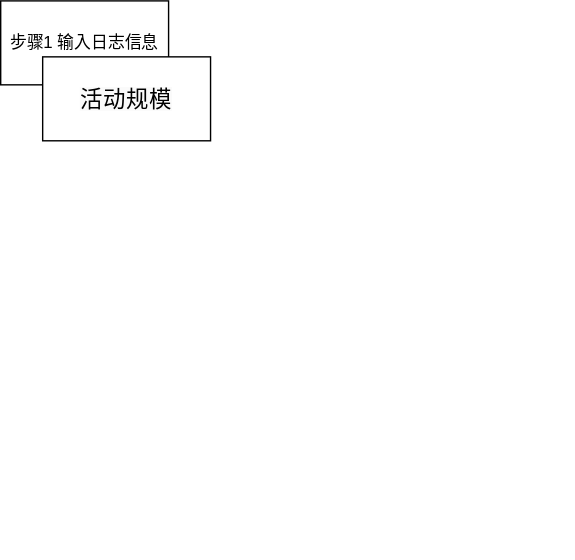
Above: 赵晴1.drawio.svg in Ech0zr/liuchengtu (draw.io), before the change. Source tidied: cells renumbered, new cells last; positions are measured from the earlier drawing's top-left corner, leaving out a move shared by most shapes.
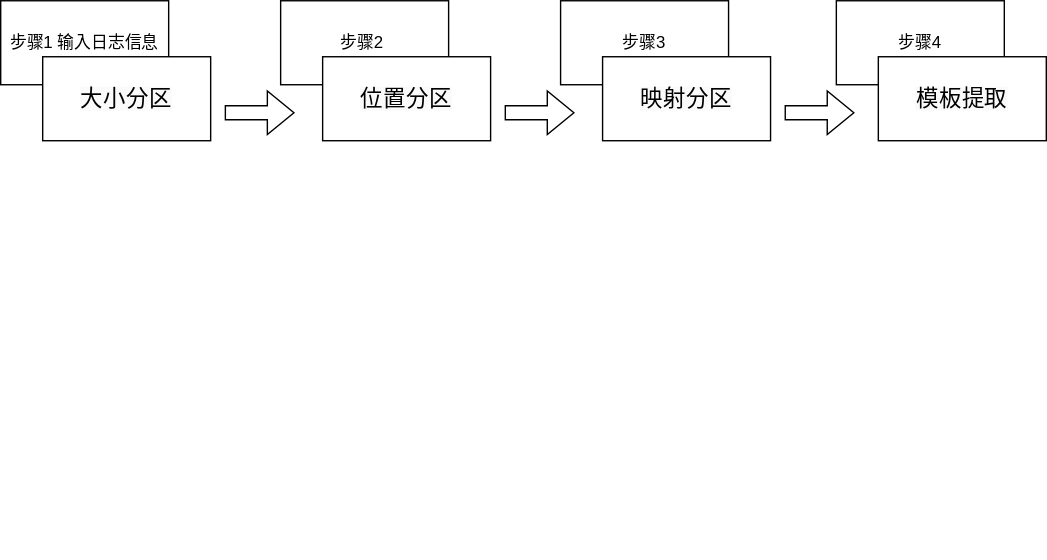
After the commit.

Diff of the diagram source:
```diff
@@ -5,17 +5,47 @@
     <mxCell id="2" value="步骤1 输入日志信息" style="rounded=0;whiteSpace=wrap;html=1;" parent="1" vertex="1">
       <mxGeometry width="120" height="60" as="geometry" />
     </mxCell>
-    <mxCell id="3" value="&lt;span style=&quot;font-family: , , &amp;#34;segoe ui&amp;#34; , &amp;#34;roboto&amp;#34; , &amp;#34;helvetica&amp;#34; , &amp;#34;arial&amp;#34; , sans-serif , &amp;#34;apple color emoji&amp;#34; , &amp;#34;segoe ui emoji&amp;#34; ; font-size: medium ; letter-spacing: 0.32px ; background-color: rgb(250 , 250 , 250)&quot;&gt;活动规模&lt;/span&gt;" style="rounded=0;whiteSpace=wrap;html=1;" parent="1" vertex="1">
+    <mxCell id="3" value="&lt;span style=&quot;font-family: , , &amp;#34;segoe ui&amp;#34; , &amp;#34;roboto&amp;#34; , &amp;#34;helvetica&amp;#34; , &amp;#34;arial&amp;#34; , sans-serif , &amp;#34;apple color emoji&amp;#34; , &amp;#34;segoe ui emoji&amp;#34; ; font-size: medium ; letter-spacing: 0.32px ; background-color: rgb(250 , 250 , 250)&quot;&gt;大小分区&lt;/span&gt;" style="rounded=0;whiteSpace=wrap;html=1;" parent="1" vertex="1">
       <mxGeometry x="30" y="40" width="120" height="60" as="geometry" />
     </mxCell>
-    <mxCell id="4" value="&lt;span style=&quot;color: rgba(0, 0, 0, 0); font-family: monospace; font-size: 0px; font-style: normal; font-weight: 400; letter-spacing: normal; text-indent: 0px; text-transform: none; word-spacing: 0px; background-color: rgb(248, 249, 250); display: inline; float: none;&quot;&gt;&amp;nbsp;&lt;/span&gt;" style="text;whiteSpace=wrap;html=1;" parent="1" vertex="1">
-      <mxGeometry x="340" y="130" width="30" height="30" as="geometry" />
-    </mxCell>
     <mxCell id="5" value="&#10;&#10;&lt;span style=&quot;color: rgba(0, 0, 0, 0); font-family: monospace; font-size: 0px; font-style: normal; font-weight: 400; letter-spacing: normal; text-indent: 0px; text-transform: none; word-spacing: 0px; background-color: rgb(248, 249, 250); display: inline; float: none;&quot;&gt;&amp;nbsp;&lt;/span&gt;&#10;&#10;" style="text;whiteSpace=wrap;html=1;" parent="1" vertex="1">
       <mxGeometry x="340" y="320" width="30" height="30" as="geometry" />
     </mxCell>
-    <mxCell id="6" value="&lt;span style=&quot;color: rgba(0, 0, 0, 0); font-family: monospace; font-size: 0px; font-style: normal; font-weight: 400; letter-spacing: normal; text-indent: 0px; text-transform: none; word-spacing: 0px; background-color: rgb(248, 249, 250); display: inline; float: none;&quot;&gt;&amp;nbsp;&lt;/span&gt;" style="text;whiteSpace=wrap;html=1;" parent="1" vertex="1">
-      <mxGeometry x="380" y="110" width="30" height="30" as="geometry" />
-    </mxCell>
+    <mxCell id="7" value="步骤2&amp;nbsp;" style="rounded=0;whiteSpace=wrap;html=1;" parent="1" vertex="1">
+      <mxGeometry x="200" width="120" height="60" as="geometry" />
+    </mxCell>
+    <mxCell id="8" value="&lt;span style=&quot;font-family: , , &amp;#34;segoe ui&amp;#34; , &amp;#34;roboto&amp;#34; , &amp;#34;helvetica&amp;#34; , &amp;#34;arial&amp;#34; , sans-serif , &amp;#34;apple color emoji&amp;#34; , &amp;#34;segoe ui emoji&amp;#34; ; font-size: medium ; letter-spacing: 0.32px ; background-color: rgb(250 , 250 , 250)&quot;&gt;位置分区&lt;/span&gt;" style="rounded=0;whiteSpace=wrap;html=1;" parent="1" vertex="1">
+      <mxGeometry x="230" y="40" width="120" height="60" as="geometry" />
+    </mxCell>
+    <mxCell id="9" value="步骤3" style="rounded=0;whiteSpace=wrap;html=1;" parent="1" vertex="1">
+      <mxGeometry x="400" width="120" height="60" as="geometry" />
+    </mxCell>
+    <mxCell id="10" value="&lt;span style=&quot;font-family: , , &amp;#34;segoe ui&amp;#34; , &amp;#34;roboto&amp;#34; , &amp;#34;helvetica&amp;#34; , &amp;#34;arial&amp;#34; , sans-serif , &amp;#34;apple color emoji&amp;#34; , &amp;#34;segoe ui emoji&amp;#34; ; font-size: medium ; letter-spacing: 0.32px ; background-color: rgb(250 , 250 , 250)&quot;&gt;映射分区&lt;/span&gt;" style="rounded=0;whiteSpace=wrap;html=1;" parent="1" vertex="1">
+      <mxGeometry x="430" y="40" width="120" height="60" as="geometry" />
+    </mxCell>
+    <mxCell id="11" value="步骤4" style="rounded=0;whiteSpace=wrap;html=1;" parent="1" vertex="1">
+      <mxGeometry x="597" width="120" height="60" as="geometry" />
+    </mxCell>
+    <mxCell id="12" value="&lt;span style=&quot;font-family: , , &amp;#34;segoe ui&amp;#34; , &amp;#34;roboto&amp;#34; , &amp;#34;helvetica&amp;#34; , &amp;#34;arial&amp;#34; , sans-serif , &amp;#34;apple color emoji&amp;#34; , &amp;#34;segoe ui emoji&amp;#34; ; font-size: medium ; letter-spacing: 0.32px ; background-color: rgb(250 , 250 , 250)&quot;&gt;模板提取&lt;/span&gt;" style="rounded=0;whiteSpace=wrap;html=1;" parent="1" vertex="1">
+      <mxGeometry x="627" y="40" width="120" height="60" as="geometry" />
+    </mxCell>
+    <mxCell id="13" style="shape=flexArrow;endArrow=classic;html=1;rounded=0;" parent="1" edge="1">
+      <mxGeometry relative="1" as="geometry">
+        <mxPoint x="160" y="80" as="sourcePoint" />
+        <mxPoint x="210" y="80" as="targetPoint" />
+      </mxGeometry>
+    </mxCell>
+    <mxCell id="14" style="shape=flexArrow;endArrow=classic;html=1;rounded=0;" parent="1" edge="1">
+      <mxGeometry relative="1" as="geometry">
+        <mxPoint x="360" y="80" as="sourcePoint" />
+        <mxPoint x="410" y="80" as="targetPoint" />
+      </mxGeometry>
+    </mxCell>
+    <mxCell id="15" style="shape=flexArrow;endArrow=classic;html=1;rounded=0;" parent="1" edge="1">
+      <mxGeometry relative="1" as="geometry">
+        <mxPoint x="560" y="80" as="sourcePoint" />
+        <mxPoint x="610" y="80" as="targetPoint" />
+      </mxGeometry>
+    </mxCell>
   </root>
 </mxGraphModel>
```
